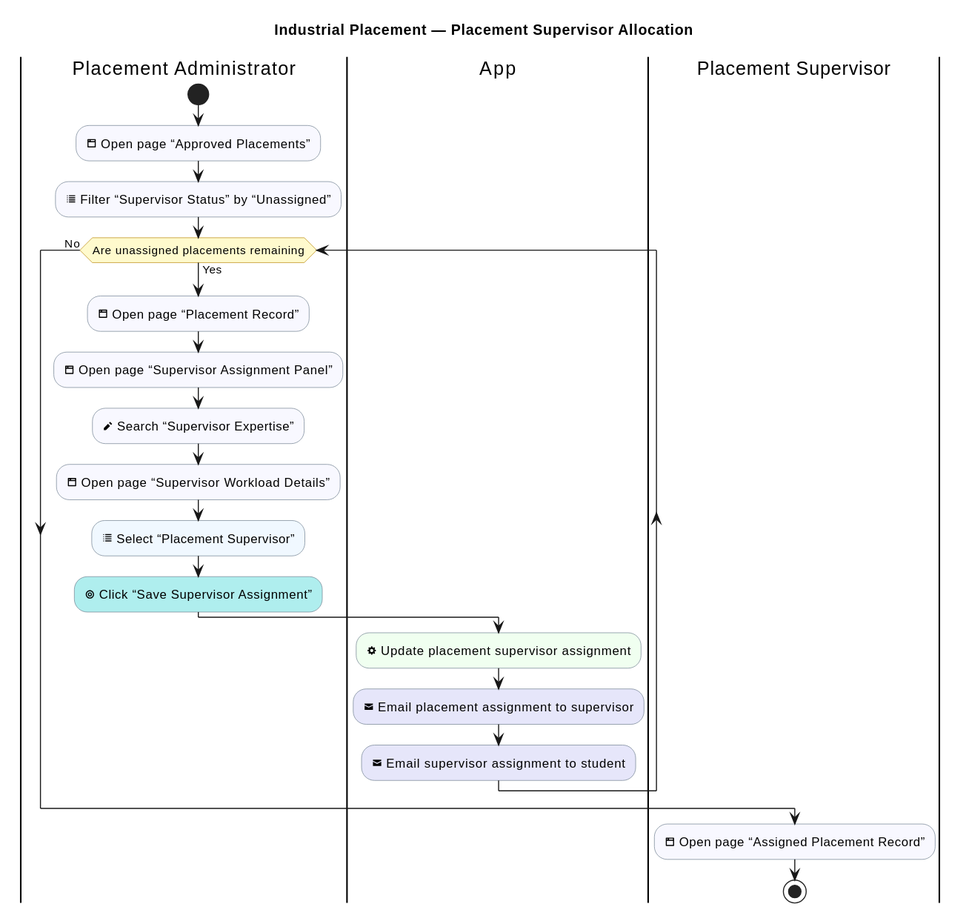
sdflkjssl/sdflkjssl.github.io keeps this PlantUML diagram as industrial-placement-group-project/diagrams/industrial-placement/supervisor-allocation.svg. Above is the earlier version.
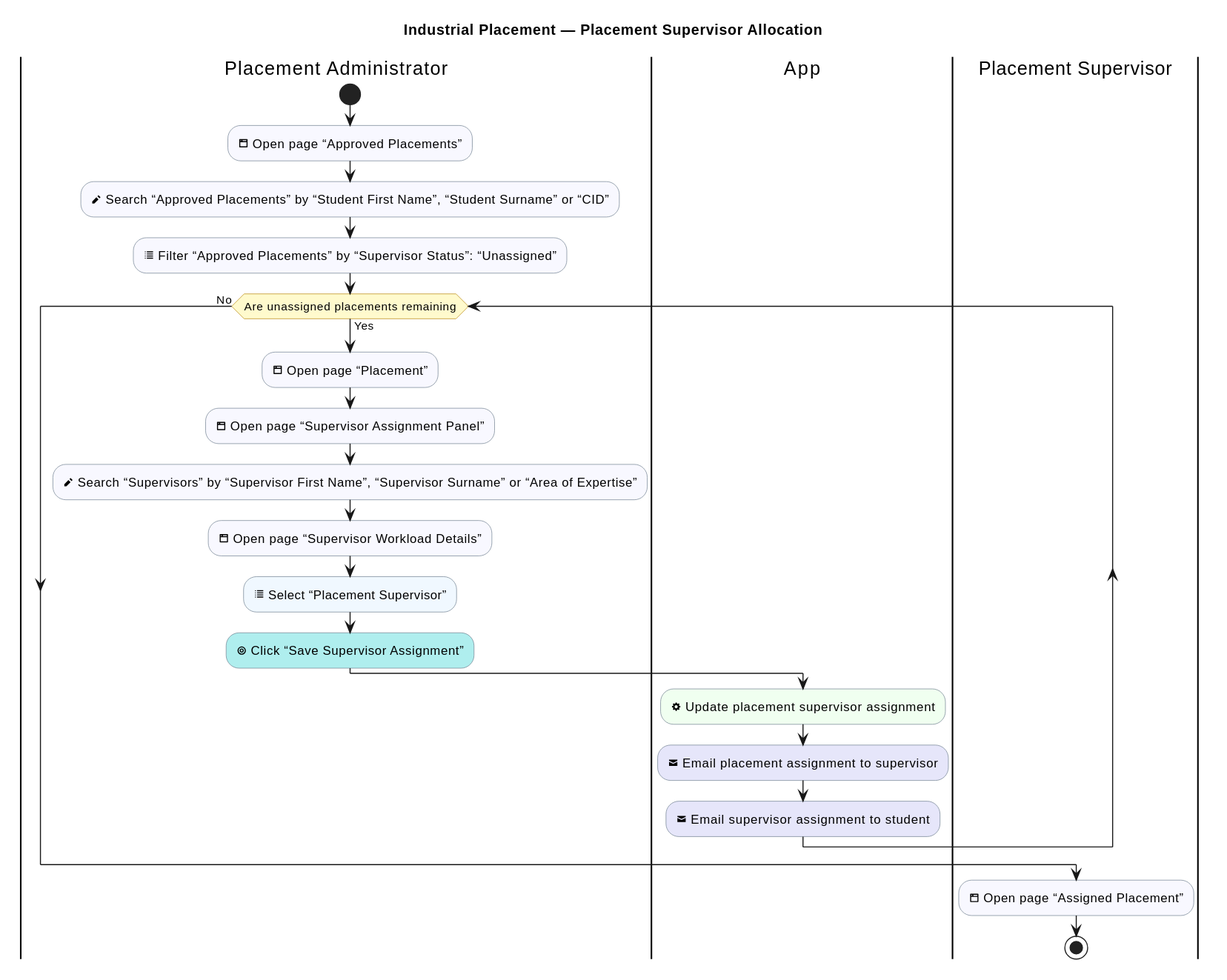
The same file after the commit.

Change to the diagram source:
```diff
@@ -14,11 +14,12 @@
 |Placement Administrator|
 start
 :<&browser> Open page “Approved Placements”; <<#GhostWhite>>
-:<&list> Filter “Supervisor Status” by “Unassigned”; <<#GhostWhite>>
+:<&pencil> Search “Approved Placements” by “Student First Name”, “Student Surname” or “CID”; <<#GhostWhite>>
+:<&list> Filter “Approved Placements” by “Supervisor Status”: “Unassigned”; <<#GhostWhite>>
 while (Are unassigned placements remaining) is (Yes)
-  :<&browser> Open page “Placement Record”; <<#GhostWhite>>
+  :<&browser> Open page “Placement”; <<#GhostWhite>>
   :<&browser> Open page “Supervisor Assignment Panel”; <<#GhostWhite>>
-  :<&pencil> Search “Supervisor Expertise”; <<#GhostWhite>>
+  :<&pencil> Search “Supervisors” by “Supervisor First Name”, “Supervisor Surname” or “Area of Expertise”; <<#GhostWhite>>
   :<&browser> Open page “Supervisor Workload Details”; <<#GhostWhite>>
   :<&list> Select “Placement Supervisor”; <<#AliceBlue>>
   :<&target> Click “Save Supervisor Assignment”; <<#PaleTurquoise>>
@@ -30,6 +31,6 @@
 endwhile (No)
 
 |Placement Supervisor|
-:<&browser> Open page “Assigned Placement Record”; <<#GhostWhite>>
+:<&browser> Open page “Assigned Placement”; <<#GhostWhite>>
 stop
 @enduml
```
